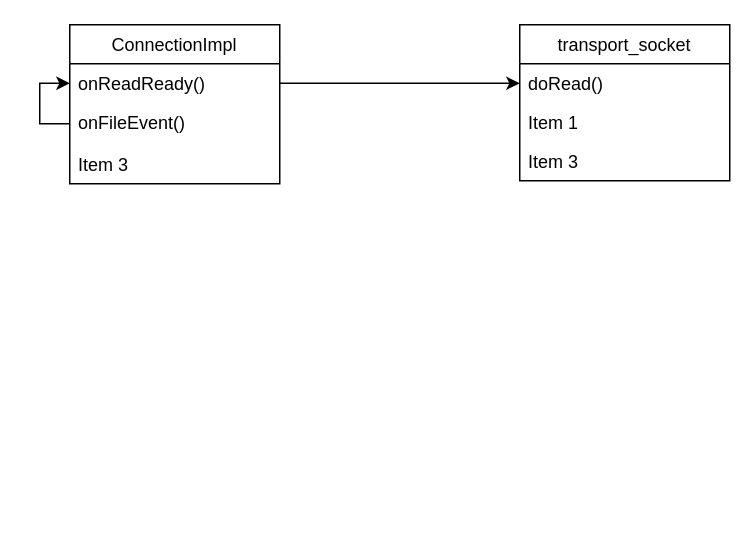
Earlier version of the draw.io diagram event_call_chain.drawio (xu1zhou/Documents). Source tidied: cells renumbered, new cells numbered last; positions are measured from the earlier drawing's top-left corner, leaving out a move shared by most shapes. Both pictures are drawn from the tidied source at 150%, with x=0, y=0 at pixel (69, 24).
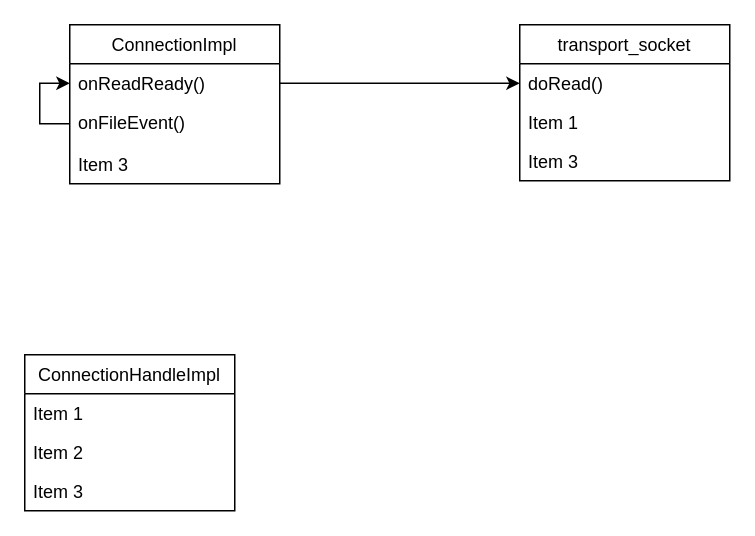
The same page after the edit.

What changed in the source:
```diff
@@
 <mxGraphModel>
   <root>
     <mxCell id="0" />
     <mxCell id="1" parent="0" />
     <mxCell id="2" value="ConnectionImpl" style="swimlane;fontStyle=0;horizontal=1;startSize=26;" parent="1" vertex="1">
       <mxGeometry width="140" height="106" as="geometry" />
     </mxCell>
     <mxCell id="3" value="onReadReady()" style="text;strokeColor=none;fillColor=none;align=left;verticalAlign=top;spacingLeft=4;spacingRight=4;overflow=hidden;points=[[0,0.5],[1,0.5]];portConstraint=eastwest;" parent="2" vertex="1">
       <mxGeometry y="26" width="140" height="26" as="geometry" />
     </mxCell>
     <mxCell id="4" style="edgeStyle=orthogonalEdgeStyle;rounded=0;jettySize=auto;html=1;entryX=0;entryY=0.5;entryDx=0;entryDy=0;" parent="2" edge="1" source="5" target="3">
       <mxGeometry relative="1" as="geometry" />
     </mxCell>
     <mxCell id="5" value="onFileEvent()" style="text;strokeColor=none;fillColor=none;align=left;verticalAlign=top;spacingLeft=4;spacingRight=4;overflow=hidden;points=[[0,0.5],[1,0.5]];portConstraint=eastwest;" parent="2" vertex="1">
       <mxGeometry y="52" width="140" height="28" as="geometry" />
     </mxCell>
     <mxCell id="6" value="Item 3" style="text;strokeColor=none;fillColor=none;align=left;verticalAlign=top;spacingLeft=4;spacingRight=4;overflow=hidden;" parent="2" vertex="1">
       <mxGeometry y="80" width="140" height="26" as="geometry" />
     </mxCell>
     <mxCell id="7" value="transport_socket" style="swimlane;fontStyle=0;horizontal=1;startSize=26;" parent="1" vertex="1">
       <mxGeometry x="300" width="140" height="104" as="geometry" />
     </mxCell>
     <mxCell id="8" value="doRead()" style="text;strokeColor=none;fillColor=none;align=left;verticalAlign=top;spacingLeft=4;spacingRight=4;overflow=hidden;points=[[0,0.5],[1,0.5]];portConstraint=eastwest;" parent="7" vertex="1">
       <mxGeometry y="26" width="140" height="26" as="geometry" />
     </mxCell>
     <mxCell id="9" value="Item 1" style="text;strokeColor=none;fillColor=none;align=left;verticalAlign=top;spacingLeft=4;spacingRight=4;overflow=hidden;" parent="7" vertex="1">
       <mxGeometry y="52" width="140" height="26" as="geometry" />
     </mxCell>
     <mxCell id="10" value="Item 3" style="text;strokeColor=none;fillColor=none;align=left;verticalAlign=top;spacingLeft=4;spacingRight=4;overflow=hidden;" parent="7" vertex="1">
       <mxGeometry y="78" width="140" height="26" as="geometry" />
     </mxCell>
     <mxCell id="11" style="edgeStyle=orthogonalEdgeStyle;rounded=0;jettySize=auto;html=1;" parent="1" edge="1" source="3" target="8">
       <mxGeometry relative="1" as="geometry" />
     </mxCell>
+    <mxCell id="12" value="ConnectionHandleImpl" style="swimlane;fontStyle=0;horizontal=1;startSize=26;" parent="1" vertex="1">
+      <mxGeometry x="-30" y="220" width="140" height="104" as="geometry" />
+    </mxCell>
+    <mxCell id="13" value="Item 1" style="text;strokeColor=none;fillColor=none;align=left;verticalAlign=top;spacingLeft=4;spacingRight=4;overflow=hidden;" parent="12" vertex="1">
+      <mxGeometry y="26" width="140" height="26" as="geometry" />
+    </mxCell>
+    <mxCell id="14" value="Item 2" style="text;strokeColor=none;fillColor=none;align=left;verticalAlign=top;spacingLeft=4;spacingRight=4;overflow=hidden;" parent="12" vertex="1">
+      <mxGeometry y="52" width="140" height="26" as="geometry" />
+    </mxCell>
+    <mxCell id="15" value="Item 3" style="text;strokeColor=none;fillColor=none;align=left;verticalAlign=top;spacingLeft=4;spacingRight=4;overflow=hidden;" parent="12" vertex="1">
+      <mxGeometry y="78" width="140" height="26" as="geometry" />
+    </mxCell>
   </root>
 </mxGraphModel>
```
